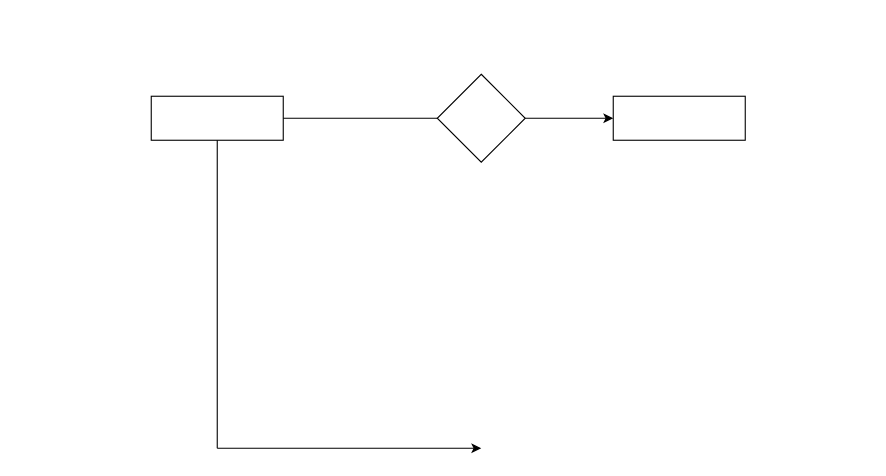
The draw.io diagram Untitled Diagram.drawio in dadangwibowo/setik, before the edit. Source tidied: cells renumbered, new cells numbered last; positions are measured from the earlier drawing's top-left corner, leaving out a move shared by most shapes. Both pictures are drawn from the tidied source at 110%, with x=0, y=0 at pixel (151, 74).
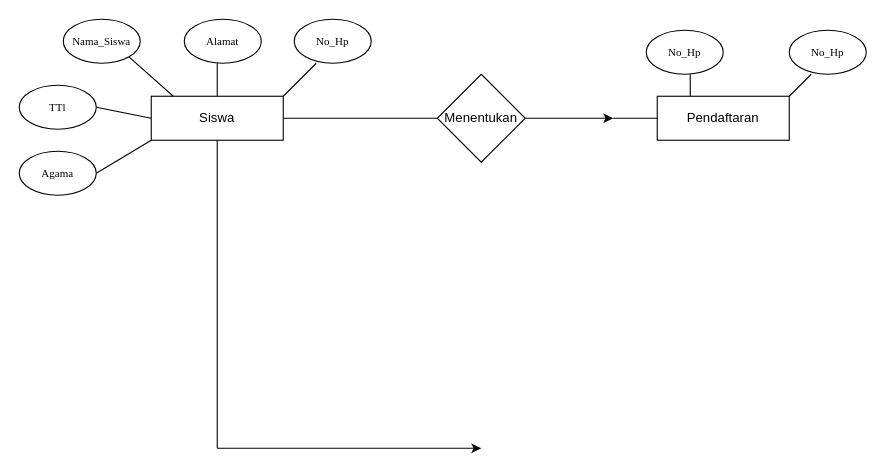
The same page after the edit.

Change to the diagram source:
```diff
@@
-    <mxCell id="2" style="rounded=0;whiteSpace=wrap;html=1;" parent="1" vertex="1">
+    <mxCell id="2" value="Siswa" style="rounded=0;whiteSpace=wrap;html=1;" parent="1" vertex="1">
       <mxGeometry y="20" width="120" height="40" as="geometry" />
     </mxCell>
-    <mxCell id="3" style="rhombus;whiteSpace=wrap;html=1;" parent="1" vertex="1">
+    <mxCell id="3" value="Menentukan" style="rhombus;whiteSpace=wrap;html=1;" parent="1" vertex="1">
       <mxGeometry x="260" width="80" height="80" as="geometry" />
     </mxCell>
@@
-    <mxCell id="5" style="rounded=0;whiteSpace=wrap;html=1;" parent="1" vertex="1">
-      <mxGeometry x="420" y="20" width="120" height="40" as="geometry" />
+    <mxCell id="5" value="Pendaftaran" style="rounded=0;whiteSpace=wrap;html=1;" parent="1" vertex="1">
+      <mxGeometry x="460" y="20" width="120" height="40" as="geometry" />
     </mxCell>
@@
+    <mxCell id="9" value="&lt;font style=&quot;font-size: 10px;&quot; face=&quot;Times New Roman&quot;&gt;Agama&lt;/font&gt;" style="ellipse;whiteSpace=wrap;html=1;" parent="1" vertex="1">
+      <mxGeometry x="-120" y="70" width="70" height="40" as="geometry" />
+    </mxCell>
+    <mxCell id="10" value="&lt;font face=&quot;Times New Roman&quot; style=&quot;font-size: 10px;&quot;&gt;TTl&lt;/font&gt;" style="ellipse;whiteSpace=wrap;html=1;" parent="1" vertex="1">
+      <mxGeometry x="-120" y="10" width="70" height="40" as="geometry" />
+    </mxCell>
+    <mxCell id="11" value="&lt;font face=&quot;Times New Roman&quot; style=&quot;font-size: 10px;&quot;&gt;No_Hp&lt;/font&gt;" style="ellipse;whiteSpace=wrap;html=1;" parent="1" vertex="1">
+      <mxGeometry x="130" y="-50" width="70" height="40" as="geometry" />
+    </mxCell>
+    <mxCell id="12" value="&lt;font style=&quot;font-size: 10px;&quot; face=&quot;Times New Roman&quot;&gt;Alamat&lt;/font&gt;" style="ellipse;whiteSpace=wrap;html=1;" parent="1" vertex="1">
+      <mxGeometry x="30" y="-50" width="70" height="40" as="geometry" />
+    </mxCell>
+    <mxCell id="13" value="&lt;font style=&quot;font-size: 10px;&quot; face=&quot;Times New Roman&quot;&gt;Nama_Siswa&lt;/font&gt;" style="ellipse;whiteSpace=wrap;html=1;" parent="1" vertex="1">
+      <mxGeometry x="-80" y="-50" width="70" height="40" as="geometry" />
+    </mxCell>
+    <mxCell id="14" style="endArrow=none;html=1;rounded=0;" parent="1" edge="1">
+      <mxGeometry relative="1" as="geometry">
+        <mxPoint x="120" y="20" as="sourcePoint" />
+        <mxPoint x="150" y="-10" as="targetPoint" />
+      </mxGeometry>
+    </mxCell>
+    <mxCell id="15" style="endArrow=none;html=1;rounded=0;exitX=0.5;exitY=0;exitDx=0;exitDy=0;" parent="1" edge="1" source="2">
+      <mxGeometry relative="1" as="geometry">
+        <mxPoint x="60" y="-10" as="targetPoint" />
+      </mxGeometry>
+    </mxCell>
+    <mxCell id="16" style="endArrow=none;html=1;rounded=0;exitX=1;exitY=0.5;exitDx=0;exitDy=0;" parent="1" edge="1" source="10">
+      <mxGeometry relative="1" as="geometry">
+        <mxPoint y="40" as="targetPoint" />
+      </mxGeometry>
+    </mxCell>
+    <mxCell id="17" style="endArrow=none;html=1;rounded=0;exitX=1;exitY=1;exitDx=0;exitDy=0;entryX=0.167;entryY=0;entryDx=0;entryDy=0;entryPerimeter=0;" parent="1" edge="1" source="13" target="2">
+      <mxGeometry relative="1" as="geometry" />
+    </mxCell>
+    <mxCell id="18" style="endArrow=none;html=1;rounded=0;exitX=1;exitY=0.5;exitDx=0;exitDy=0;" parent="1" edge="1" source="9">
+      <mxGeometry relative="1" as="geometry">
+        <mxPoint y="60" as="targetPoint" />
+      </mxGeometry>
+    </mxCell>
+    <mxCell id="19" style="endArrow=none;html=1;rounded=0;" parent="1" edge="1">
+      <mxGeometry relative="1" as="geometry">
+        <mxPoint x="420" y="40" as="sourcePoint" />
+        <mxPoint x="460" y="40" as="targetPoint" />
+      </mxGeometry>
+    </mxCell>
+    <mxCell id="20" value="&lt;font face=&quot;Times New Roman&quot; style=&quot;font-size: 10px;&quot;&gt;No_Hp&lt;/font&gt;" style="ellipse;whiteSpace=wrap;html=1;" parent="1" vertex="1">
+      <mxGeometry x="450" y="-40" width="70" height="40" as="geometry" />
+    </mxCell>
+    <mxCell id="21" value="&lt;font face=&quot;Times New Roman&quot; style=&quot;font-size: 10px;&quot;&gt;No_Hp&lt;/font&gt;" style="ellipse;whiteSpace=wrap;html=1;" parent="1" vertex="1">
+      <mxGeometry x="580" y="-40" width="70" height="40" as="geometry" />
+    </mxCell>
+    <mxCell id="22" style="endArrow=none;html=1;rounded=0;exitX=0.25;exitY=0;exitDx=0;exitDy=0;" parent="1" edge="1" source="5">
+      <mxGeometry relative="1" as="geometry">
+        <mxPoint x="490" as="targetPoint" />
+      </mxGeometry>
+    </mxCell>
+    <mxCell id="23" style="endArrow=none;html=1;rounded=0;" parent="1" edge="1">
+      <mxGeometry relative="1" as="geometry">
+        <mxPoint x="580" y="20" as="sourcePoint" />
+        <mxPoint x="600" as="targetPoint" />
+      </mxGeometry>
+    </mxCell>
```
